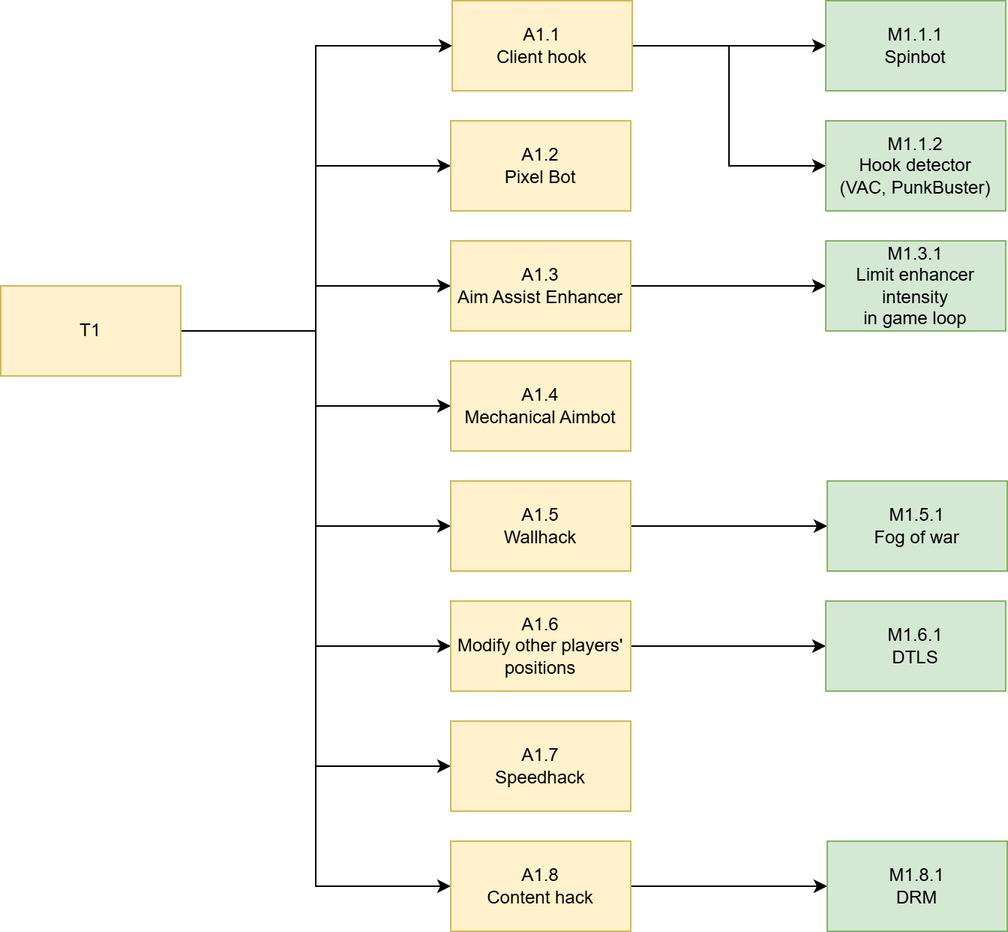
This is fps/threat_decomposition.drawio.png from magley/game-threat-model, a draw.io export, as it was before one commit. Source tidied: cells renumbered, new cells last; positions are measured from the earlier drawing's top-left corner, leaving out a move shared by most shapes.
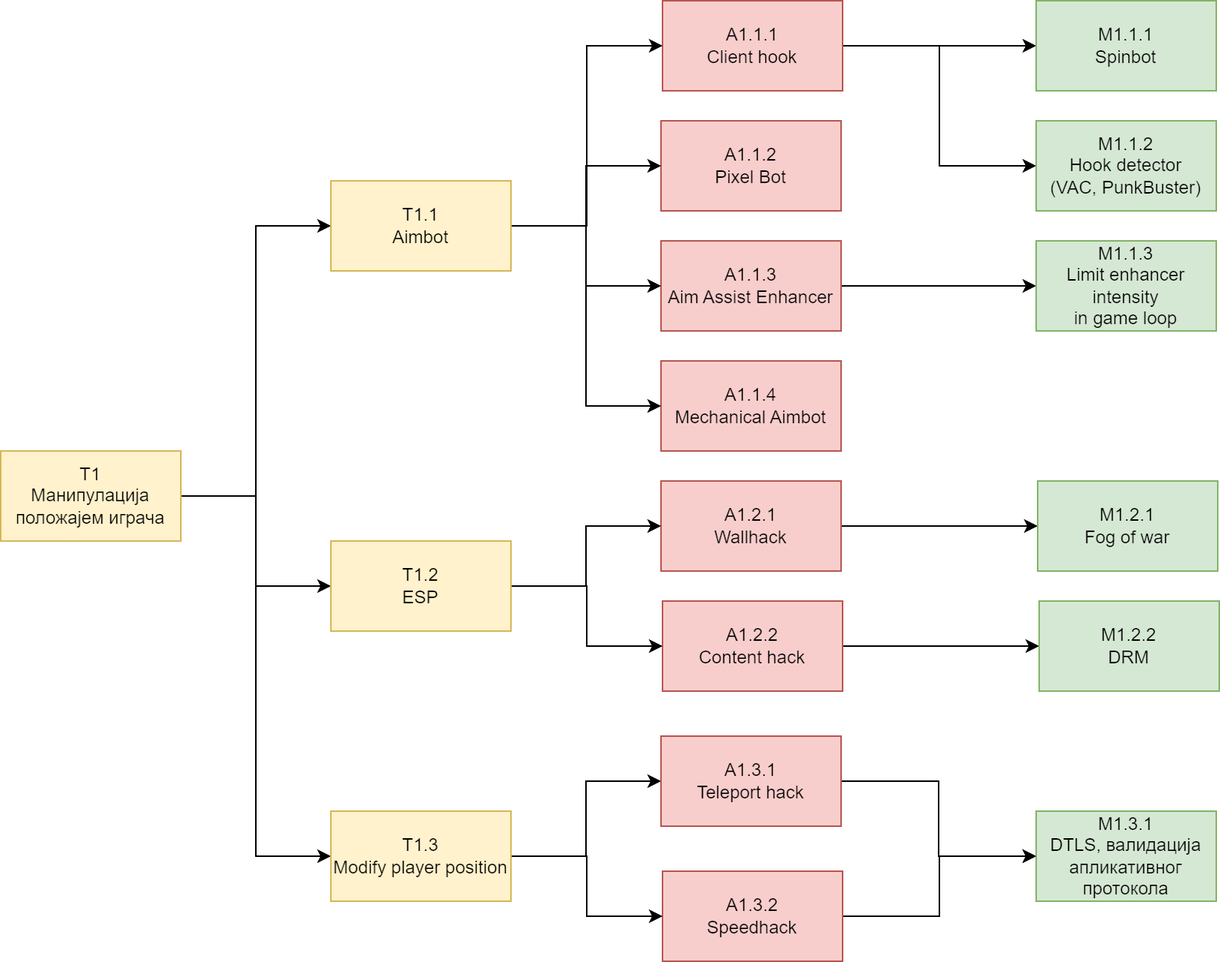
Later version of the same file.

Commit message:
docs: Додатно разрађено стабло напада

Diff of the diagram source:
```diff
@@ -2,97 +2,113 @@
   <root>
     <mxCell id="0" />
     <mxCell id="1" parent="0" />
-    <mxCell id="2" style="edgeStyle=orthogonalEdgeStyle;rounded=0;jettySize=auto;html=1;entryX=0;entryY=0.5;entryDx=0;entryDy=0;" parent="1" edge="1" source="10" target="15">
-      <mxGeometry relative="1" as="geometry">
-        <Array as="points">
-          <mxPoint x="210" y="220" />
-          <mxPoint x="210" y="30" />
-        </Array>
-      </mxGeometry>
+    <mxCell id="2" style="edgeStyle=orthogonalEdgeStyle;rounded=0;jettySize=auto;html=1;entryX=0;entryY=0.5;entryDx=0;entryDy=0;" parent="1" edge="1" source="5" target="29">
+      <mxGeometry relative="1" as="geometry" />
     </mxCell>
-    <mxCell id="3" style="edgeStyle=orthogonalEdgeStyle;rounded=0;jettySize=auto;html=1;exitX=1;exitY=0.5;exitDx=0;exitDy=0;entryX=0;entryY=0.5;entryDx=0;entryDy=0;" parent="1" edge="1" source="10" target="16">
+    <mxCell id="3" style="edgeStyle=orthogonalEdgeStyle;rounded=0;jettySize=auto;html=1;exitX=1;exitY=0.5;exitDx=0;exitDy=0;entryX=0;entryY=0.5;entryDx=0;entryDy=0;" parent="1" edge="1" source="5" target="32">
       <mxGeometry relative="1" as="geometry" />
     </mxCell>
-    <mxCell id="4" style="edgeStyle=orthogonalEdgeStyle;rounded=0;jettySize=auto;html=1;exitX=1;exitY=0.5;exitDx=0;exitDy=0;entryX=0;entryY=0.5;entryDx=0;entryDy=0;" parent="1" edge="1" source="10" target="20">
+    <mxCell id="4" style="edgeStyle=orthogonalEdgeStyle;rounded=0;jettySize=auto;html=1;exitX=1;exitY=0.5;exitDx=0;exitDy=0;entryX=0;entryY=0.5;entryDx=0;entryDy=0;" parent="1" edge="1" source="5" target="35">
       <mxGeometry relative="1" as="geometry" />
     </mxCell>
-    <mxCell id="5" style="edgeStyle=orthogonalEdgeStyle;rounded=0;jettySize=auto;html=1;exitX=1;exitY=0.5;exitDx=0;exitDy=0;entryX=0;entryY=0.5;entryDx=0;entryDy=0;" parent="1" edge="1" source="10" target="21">
-      <mxGeometry relative="1" as="geometry" />
+    <mxCell id="5" value="T1&lt;div&gt;Манипулација положајем играча&lt;/div&gt;" style="rounded=0;whiteSpace=wrap;html=1;fillColor=#fff2cc;strokeColor=#d6b656;" parent="1" vertex="1">
+      <mxGeometry x="-140" y="300" width="120" height="60" as="geometry" />
     </mxCell>
-    <mxCell id="6" style="edgeStyle=orthogonalEdgeStyle;rounded=0;jettySize=auto;html=1;exitX=1;exitY=0.5;exitDx=0;exitDy=0;entryX=0;entryY=0.5;entryDx=0;entryDy=0;" parent="1" edge="1" source="10" target="12">
+    <mxCell id="6" style="edgeStyle=orthogonalEdgeStyle;rounded=0;jettySize=auto;html=1;exitX=1;exitY=0.5;exitDx=0;exitDy=0;" parent="1" edge="1" source="7" target="21">
       <mxGeometry relative="1" as="geometry" />
     </mxCell>
-    <mxCell id="7" style="edgeStyle=orthogonalEdgeStyle;rounded=0;jettySize=auto;html=1;exitX=1;exitY=0.5;exitDx=0;exitDy=0;entryX=0;entryY=0.5;entryDx=0;entryDy=0;" parent="1" edge="1" source="10" target="18">
-      <mxGeometry relative="1" as="geometry" />
+    <mxCell id="7" value="A1.2.1&lt;div&gt;Wallhack&lt;/div&gt;" style="rounded=0;whiteSpace=wrap;html=1;fillColor=#f8cecc;strokeColor=#b85450;" parent="1" vertex="1">
+      <mxGeometry x="300" y="320" width="120" height="60" as="geometry" />
     </mxCell>
-    <mxCell id="8" style="edgeStyle=orthogonalEdgeStyle;rounded=0;jettySize=auto;html=1;entryX=0;entryY=0.5;entryDx=0;entryDy=0;" parent="1" edge="1" source="10" target="22">
+    <mxCell id="8" style="edgeStyle=orthogonalEdgeStyle;rounded=0;jettySize=auto;html=1;entryX=0;entryY=0.5;entryDx=0;entryDy=0;" parent="1" edge="1" source="10" target="17">
       <mxGeometry relative="1" as="geometry" />
     </mxCell>
-    <mxCell id="9" style="edgeStyle=orthogonalEdgeStyle;rounded=0;jettySize=auto;html=1;exitX=1;exitY=0.5;exitDx=0;exitDy=0;entryX=0;entryY=0.5;entryDx=0;entryDy=0;" parent="1" edge="1" source="10" target="25">
+    <mxCell id="9" style="edgeStyle=orthogonalEdgeStyle;rounded=0;jettySize=auto;html=1;exitX=1;exitY=0.5;exitDx=0;exitDy=0;entryX=0;entryY=0.5;entryDx=0;entryDy=0;" parent="1" edge="1" source="10" target="20">
       <mxGeometry relative="1" as="geometry" />
     </mxCell>
-    <mxCell id="10" value="T1" style="rounded=0;whiteSpace=wrap;html=1;fillColor=#fff2cc;strokeColor=#d6b656;" parent="1" vertex="1">
-      <mxGeometry y="190" width="120" height="60" as="geometry" />
+    <mxCell id="10" value="A1.1.1&lt;div&gt;Client hook&lt;/div&gt;" style="rounded=0;whiteSpace=wrap;html=1;fillColor=#f8cecc;strokeColor=#b85450;" parent="1" vertex="1">
+      <mxGeometry x="301" width="120" height="60" as="geometry" />
     </mxCell>
-    <mxCell id="11" style="edgeStyle=orthogonalEdgeStyle;rounded=0;jettySize=auto;html=1;exitX=1;exitY=0.5;exitDx=0;exitDy=0;" parent="1" edge="1" source="12" target="27">
-      <mxGeometry relative="1" as="geometry" />
+    <mxCell id="11" value="A1.1.2&lt;div&gt;Pixel Bot&lt;/div&gt;" style="rounded=0;whiteSpace=wrap;html=1;fillColor=#f8cecc;strokeColor=#b85450;" parent="1" vertex="1">
+      <mxGeometry x="300" y="80" width="120" height="60" as="geometry" />
     </mxCell>
-    <mxCell id="12" value="A1.5&lt;div&gt;Wallhack&lt;/div&gt;" style="rounded=0;whiteSpace=wrap;html=1;fillColor=#fff2cc;strokeColor=#d6b656;" parent="1" vertex="1">
-      <mxGeometry x="300" y="320" width="120" height="60" as="geometry" />
+    <mxCell id="12" style="edgeStyle=orthogonalEdgeStyle;rounded=0;jettySize=auto;html=1;entryX=0;entryY=0.5;entryDx=0;entryDy=0;" parent="1" edge="1" source="13" target="22">
+      <mxGeometry relative="1" as="geometry" />
     </mxCell>
-    <mxCell id="13" style="edgeStyle=orthogonalEdgeStyle;rounded=0;jettySize=auto;html=1;entryX=0;entryY=0.5;entryDx=0;entryDy=0;" parent="1" edge="1" source="15" target="23">
-      <mxGeometry relative="1" as="geometry" />
+    <mxCell id="13" value="A1.1.3&lt;div&gt;Aim Assist Enhancer&lt;/div&gt;" style="rounded=0;whiteSpace=wrap;html=1;fillColor=#f8cecc;strokeColor=#b85450;" parent="1" vertex="1">
+      <mxGeometry x="300" y="160" width="120" height="60" as="geometry" />
     </mxCell>
-    <mxCell id="14" style="edgeStyle=orthogonalEdgeStyle;rounded=0;jettySize=auto;html=1;exitX=1;exitY=0.5;exitDx=0;exitDy=0;entryX=0;entryY=0.5;entryDx=0;entryDy=0;" parent="1" edge="1" source="15" target="26">
-      <mxGeometry relative="1" as="geometry" />
+    <mxCell id="14" value="A1.1.4&lt;div&gt;Mechanical Aimbot&lt;/div&gt;" style="rounded=0;whiteSpace=wrap;html=1;fillColor=#f8cecc;strokeColor=#b85450;" parent="1" vertex="1">
+      <mxGeometry x="300" y="240" width="120" height="60" as="geometry" />
     </mxCell>
-    <mxCell id="15" value="A1.1&lt;div&gt;Client hook&lt;/div&gt;" style="rounded=0;whiteSpace=wrap;html=1;fillColor=#fff2cc;strokeColor=#d6b656;" parent="1" vertex="1">
-      <mxGeometry x="301" width="120" height="60" as="geometry" />
+    <mxCell id="15" style="edgeStyle=orthogonalEdgeStyle;rounded=0;jettySize=auto;html=1;exitX=1;exitY=0.5;exitDx=0;exitDy=0;entryX=0;entryY=0.5;entryDx=0;entryDy=0;" parent="1" edge="1" source="16" target="24">
+      <mxGeometry relative="1" as="geometry" />
     </mxCell>
-    <mxCell id="16" value="A1.2&lt;div&gt;Pixel Bot&lt;/div&gt;" style="rounded=0;whiteSpace=wrap;html=1;fillColor=#fff2cc;strokeColor=#d6b656;" parent="1" vertex="1">
-      <mxGeometry x="300" y="80" width="120" height="60" as="geometry" />
+    <mxCell id="16" value="A1.3.2&lt;div&gt;&lt;span style=&quot;background-color: initial;&quot;&gt;Speedhack&lt;/span&gt;&lt;/div&gt;" style="rounded=0;whiteSpace=wrap;html=1;fillColor=#f8cecc;strokeColor=#b85450;" parent="1" vertex="1">
+      <mxGeometry x="301" y="580" width="120" height="60" as="geometry" />
     </mxCell>
-    <mxCell id="17" style="edgeStyle=orthogonalEdgeStyle;rounded=0;jettySize=auto;html=1;exitX=1;exitY=0.5;exitDx=0;exitDy=0;entryX=0;entryY=0.5;entryDx=0;entryDy=0;" parent="1" edge="1" source="18" target="30">
-      <mxGeometry relative="1" as="geometry" />
+    <mxCell id="17" value="M1.1.1&lt;div&gt;Spinbot&lt;/div&gt;" style="rounded=0;whiteSpace=wrap;html=1;fillColor=#d5e8d4;strokeColor=#82b366;" parent="1" vertex="1">
+      <mxGeometry x="550" width="120" height="60" as="geometry" />
     </mxCell>
-    <mxCell id="18" value="A1.6&lt;div&gt;Modify other players' positions&lt;/div&gt;" style="rounded=0;whiteSpace=wrap;html=1;fillColor=#fff2cc;strokeColor=#d6b656;" parent="1" vertex="1">
-      <mxGeometry x="300" y="400" width="120" height="60" as="geometry" />
+    <mxCell id="18" style="edgeStyle=orthogonalEdgeStyle;rounded=0;jettySize=auto;html=1;entryX=0;entryY=0.5;entryDx=0;entryDy=0;" parent="1" edge="1" source="19" target="23">
+      <mxGeometry relative="1" as="geometry" />
     </mxCell>
-    <mxCell id="19" style="edgeStyle=orthogonalEdgeStyle;rounded=0;jettySize=auto;html=1;entryX=0;entryY=0.5;entryDx=0;entryDy=0;" parent="1" edge="1" source="20" target="28">
-      <mxGeometry relative="1" as="geometry" />
+    <mxCell id="19" value="A1.2.2&lt;div&gt;Content hack&lt;/div&gt;" style="rounded=0;whiteSpace=wrap;html=1;fillColor=#f8cecc;strokeColor=#b85450;" parent="1" vertex="1">
+      <mxGeometry x="301" y="400" width="120" height="60" as="geometry" />
     </mxCell>
-    <mxCell id="20" value="A1.3&lt;div&gt;Aim Assist Enhancer&lt;/div&gt;" style="rounded=0;whiteSpace=wrap;html=1;fillColor=#fff2cc;strokeColor=#d6b656;" parent="1" vertex="1">
-      <mxGeometry x="300" y="160" width="120" height="60" as="geometry" />
+    <mxCell id="20" value="M1.1.2&lt;div&gt;Hook detector&lt;/div&gt;&lt;div&gt;(VAC, PunkBuster)&lt;/div&gt;" style="rounded=0;whiteSpace=wrap;html=1;fillColor=#d5e8d4;strokeColor=#82b366;" parent="1" vertex="1">
+      <mxGeometry x="550" y="80" width="120" height="60" as="geometry" />
     </mxCell>
-    <mxCell id="21" value="A1.4&lt;div&gt;Mechanical Aimbot&lt;/div&gt;" style="rounded=0;whiteSpace=wrap;html=1;fillColor=#fff2cc;strokeColor=#d6b656;" parent="1" vertex="1">
-      <mxGeometry x="300" y="240" width="120" height="60" as="geometry" />
+    <mxCell id="21" value="M1.2.1&lt;div&gt;Fog of war&lt;/div&gt;" style="rounded=0;whiteSpace=wrap;html=1;fillColor=#d5e8d4;strokeColor=#82b366;" parent="1" vertex="1">
+      <mxGeometry x="551" y="320" width="120" height="60" as="geometry" />
     </mxCell>
-    <mxCell id="22" value="A1.7&lt;div&gt;Speedhack&lt;/div&gt;" style="rounded=0;whiteSpace=wrap;html=1;fillColor=#fff2cc;strokeColor=#d6b656;" parent="1" vertex="1">
-      <mxGeometry x="300" y="480" width="120" height="60" as="geometry" />
+    <mxCell id="22" value="M1.1.3&lt;div&gt;Limit enhancer intensity&lt;/div&gt;&lt;div&gt;in game loop&lt;/div&gt;" style="rounded=0;whiteSpace=wrap;html=1;fillColor=#d5e8d4;strokeColor=#82b366;" parent="1" vertex="1">
+      <mxGeometry x="550" y="160" width="120" height="60" as="geometry" />
     </mxCell>
-    <mxCell id="23" value="M1.1.1&lt;div&gt;Spinbot&lt;/div&gt;" style="rounded=0;whiteSpace=wrap;html=1;fillColor=#d5e8d4;strokeColor=#82b366;" parent="1" vertex="1">
-      <mxGeometry x="550" width="120" height="60" as="geometry" />
+    <mxCell id="23" value="M1.2.2&lt;div&gt;DRM&lt;/div&gt;" style="rounded=0;whiteSpace=wrap;html=1;fillColor=#d5e8d4;strokeColor=#82b366;" parent="1" vertex="1">
+      <mxGeometry x="552" y="400" width="120" height="60" as="geometry" />
     </mxCell>
-    <mxCell id="24" style="edgeStyle=orthogonalEdgeStyle;rounded=0;jettySize=auto;html=1;entryX=0;entryY=0.5;entryDx=0;entryDy=0;" parent="1" edge="1" source="25" target="29">
-      <mxGeometry relative="1" as="geometry" />
+    <mxCell id="24" value="M1.3.1&lt;div&gt;DTLS, валидација апликативног протокола&lt;/div&gt;" style="rounded=0;whiteSpace=wrap;html=1;fillColor=#d5e8d4;strokeColor=#82b366;" parent="1" vertex="1">
+      <mxGeometry x="550" y="540" width="120" height="60" as="geometry" />
     </mxCell>
-    <mxCell id="25" value="A1.8&lt;div&gt;Content hack&lt;/div&gt;" style="rounded=0;whiteSpace=wrap;html=1;fillColor=#fff2cc;strokeColor=#d6b656;" parent="1" vertex="1">
-      <mxGeometry x="300" y="560" width="120" height="60" as="geometry" />
+    <mxCell id="25" style="edgeStyle=orthogonalEdgeStyle;rounded=0;jettySize=auto;html=1;entryX=0;entryY=0.5;entryDx=0;entryDy=0;" parent="1" edge="1" source="29" target="10">
+      <mxGeometry relative="1" as="geometry" />
     </mxCell>
-    <mxCell id="26" value="M1.1.2&lt;div&gt;Hook detector&lt;/div&gt;&lt;div&gt;(VAC, PunkBuster)&lt;/div&gt;" style="rounded=0;whiteSpace=wrap;html=1;fillColor=#d5e8d4;strokeColor=#82b366;" parent="1" vertex="1">
-      <mxGeometry x="550" y="80" width="120" height="60" as="geometry" />
+    <mxCell id="26" style="edgeStyle=orthogonalEdgeStyle;rounded=0;jettySize=auto;html=1;entryX=0;entryY=0.5;entryDx=0;entryDy=0;" parent="1" edge="1" source="29" target="11">
+      <mxGeometry relative="1" as="geometry" />
     </mxCell>
-    <mxCell id="27" value="M1.5.1&lt;div&gt;Fog of war&lt;/div&gt;" style="rounded=0;whiteSpace=wrap;html=1;fillColor=#d5e8d4;strokeColor=#82b366;" parent="1" vertex="1">
-      <mxGeometry x="551" y="320" width="120" height="60" as="geometry" />
+    <mxCell id="27" style="edgeStyle=orthogonalEdgeStyle;rounded=0;jettySize=auto;html=1;entryX=0;entryY=0.5;entryDx=0;entryDy=0;" parent="1" edge="1" source="29" target="13">
+      <mxGeometry relative="1" as="geometry" />
     </mxCell>
-    <mxCell id="28" value="M1.3.1&lt;div&gt;Limit enhancer intensity&lt;/div&gt;&lt;div&gt;in game loop&lt;/div&gt;" style="rounded=0;whiteSpace=wrap;html=1;fillColor=#d5e8d4;strokeColor=#82b366;" parent="1" vertex="1">
-      <mxGeometry x="550" y="160" width="120" height="60" as="geometry" />
+    <mxCell id="28" style="edgeStyle=orthogonalEdgeStyle;rounded=0;jettySize=auto;html=1;exitX=1;exitY=0.5;exitDx=0;exitDy=0;entryX=0;entryY=0.5;entryDx=0;entryDy=0;" parent="1" edge="1" source="29" target="14">
+      <mxGeometry relative="1" as="geometry" />
     </mxCell>
-    <mxCell id="29" value="M1.8.1&lt;div&gt;DRM&lt;/div&gt;" style="rounded=0;whiteSpace=wrap;html=1;fillColor=#d5e8d4;strokeColor=#82b366;" parent="1" vertex="1">
-      <mxGeometry x="551" y="560" width="120" height="60" as="geometry" />
+    <mxCell id="29" value="T1.1&lt;div&gt;Aimbot&lt;/div&gt;" style="rounded=0;whiteSpace=wrap;html=1;fillColor=#fff2cc;strokeColor=#d6b656;" parent="1" vertex="1">
+      <mxGeometry x="80" y="120" width="120" height="60" as="geometry" />
     </mxCell>
-    <mxCell id="30" value="M1.6.1&lt;div&gt;DTLS&lt;/div&gt;" style="rounded=0;whiteSpace=wrap;html=1;fillColor=#d5e8d4;strokeColor=#82b366;" parent="1" vertex="1">
-      <mxGeometry x="550" y="400" width="120" height="60" as="geometry" />
+    <mxCell id="30" style="edgeStyle=orthogonalEdgeStyle;rounded=0;jettySize=auto;html=1;entryX=0;entryY=0.5;entryDx=0;entryDy=0;" parent="1" edge="1" source="32" target="7">
+      <mxGeometry relative="1" as="geometry" />
     </mxCell>
+    <mxCell id="31" style="edgeStyle=orthogonalEdgeStyle;rounded=0;jettySize=auto;html=1;exitX=1;exitY=0.5;exitDx=0;exitDy=0;entryX=0;entryY=0.5;entryDx=0;entryDy=0;" parent="1" edge="1" source="32" target="19">
+      <mxGeometry relative="1" as="geometry" />
+    </mxCell>
+    <mxCell id="32" value="T1.2&lt;div&gt;ESP&lt;/div&gt;" style="rounded=0;whiteSpace=wrap;html=1;fillColor=#fff2cc;strokeColor=#d6b656;" parent="1" vertex="1">
+      <mxGeometry x="80" y="360" width="120" height="60" as="geometry" />
+    </mxCell>
+    <mxCell id="33" style="edgeStyle=orthogonalEdgeStyle;rounded=0;jettySize=auto;html=1;entryX=0;entryY=0.5;entryDx=0;entryDy=0;" parent="1" edge="1" source="35" target="37">
+      <mxGeometry relative="1" as="geometry" />
+    </mxCell>
+    <mxCell id="34" style="edgeStyle=orthogonalEdgeStyle;rounded=0;jettySize=auto;html=1;entryX=0;entryY=0.5;entryDx=0;entryDy=0;" parent="1" edge="1" source="35" target="16">
+      <mxGeometry relative="1" as="geometry" />
+    </mxCell>
+    <mxCell id="35" value="T1.3&lt;div&gt;Modify player position&lt;/div&gt;" style="rounded=0;whiteSpace=wrap;html=1;fillColor=#fff2cc;strokeColor=#d6b656;" parent="1" vertex="1">
+      <mxGeometry x="80" y="540" width="120" height="60" as="geometry" />
+    </mxCell>
+    <mxCell id="36" style="edgeStyle=orthogonalEdgeStyle;rounded=0;jettySize=auto;html=1;exitX=1;exitY=0.5;exitDx=0;exitDy=0;entryX=0;entryY=0.5;entryDx=0;entryDy=0;" parent="1" edge="1" source="37" target="24">
+      <mxGeometry relative="1" as="geometry" />
+    </mxCell>
+    <mxCell id="37" value="A1.3.1&lt;div&gt;&lt;span style=&quot;background-color: initial;&quot;&gt;Teleport hack&lt;/span&gt;&lt;/div&gt;" style="rounded=0;whiteSpace=wrap;html=1;fillColor=#f8cecc;strokeColor=#b85450;" parent="1" vertex="1">
+      <mxGeometry x="300" y="490" width="120" height="60" as="geometry" />
+    </mxCell>
   </root>
 </mxGraphModel>
```
